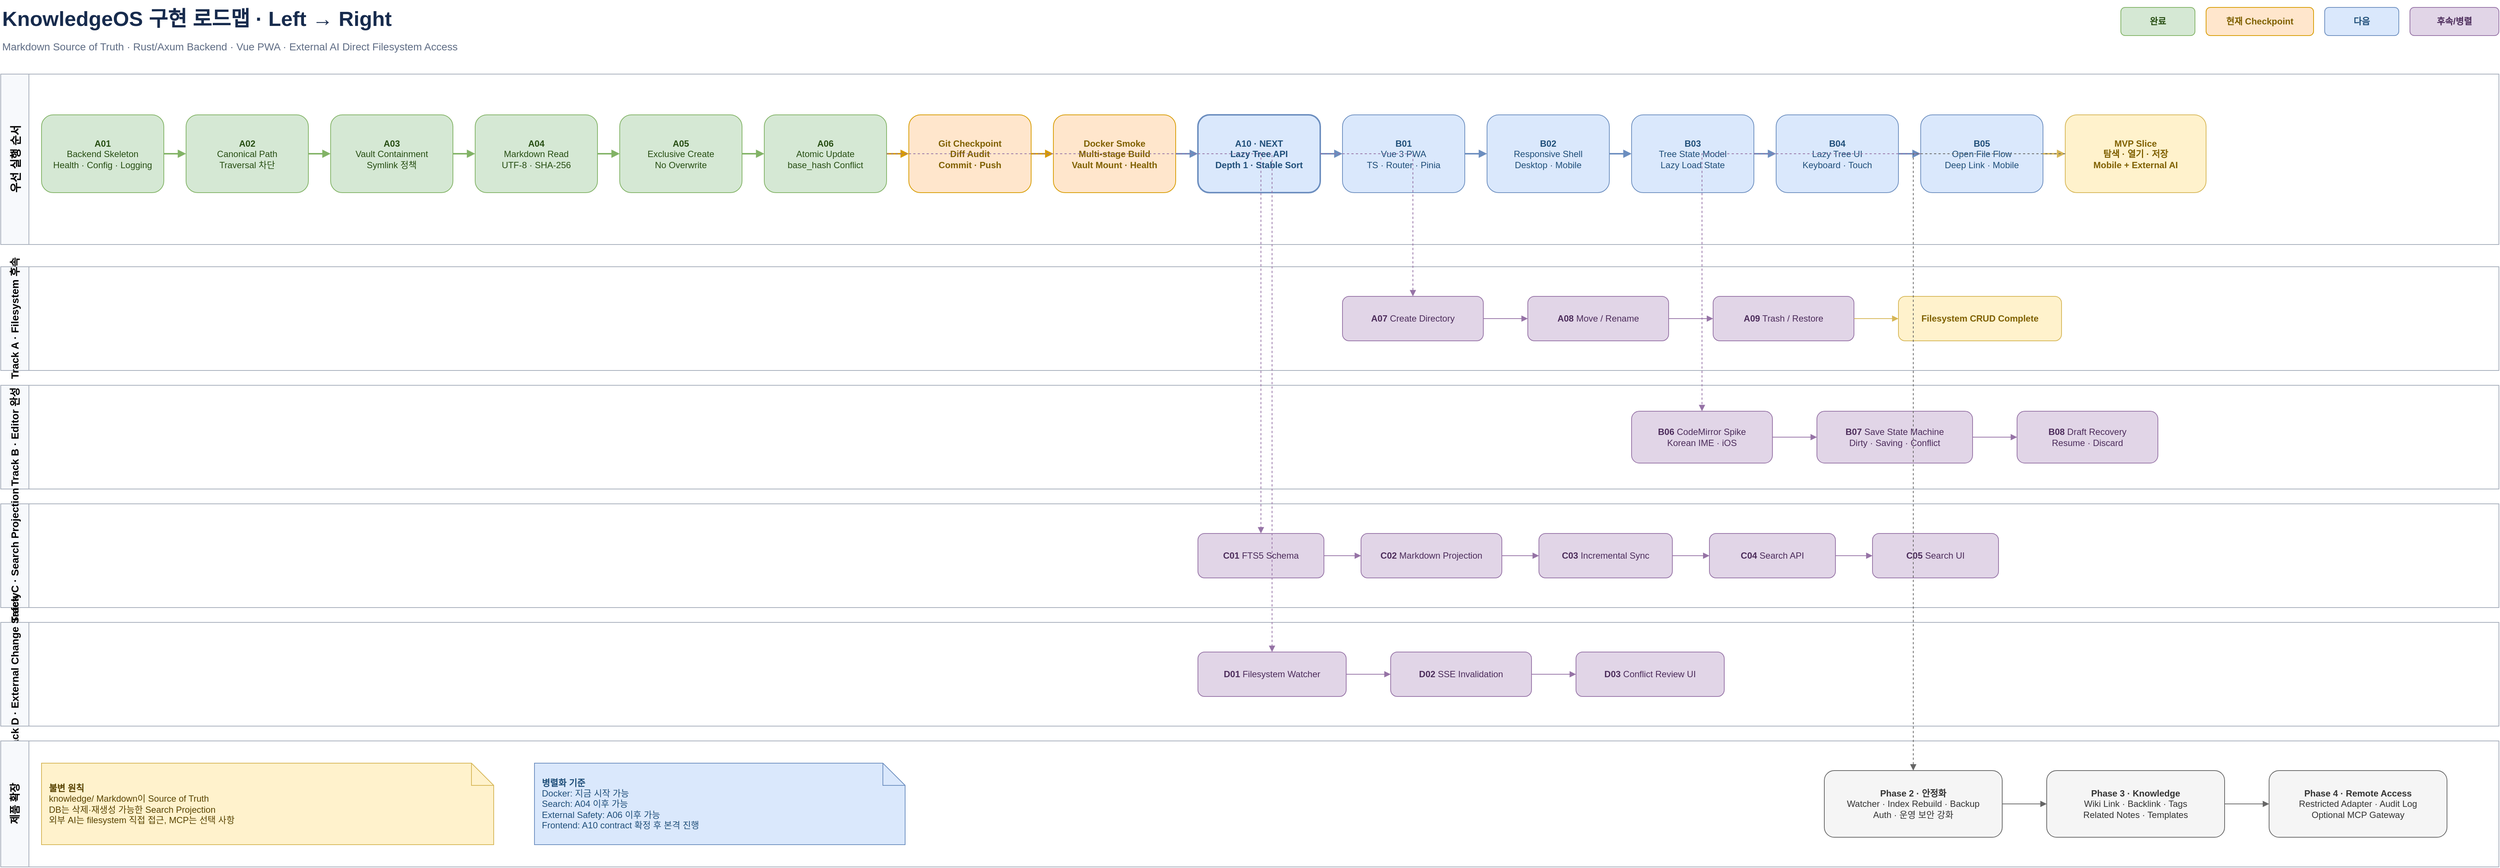
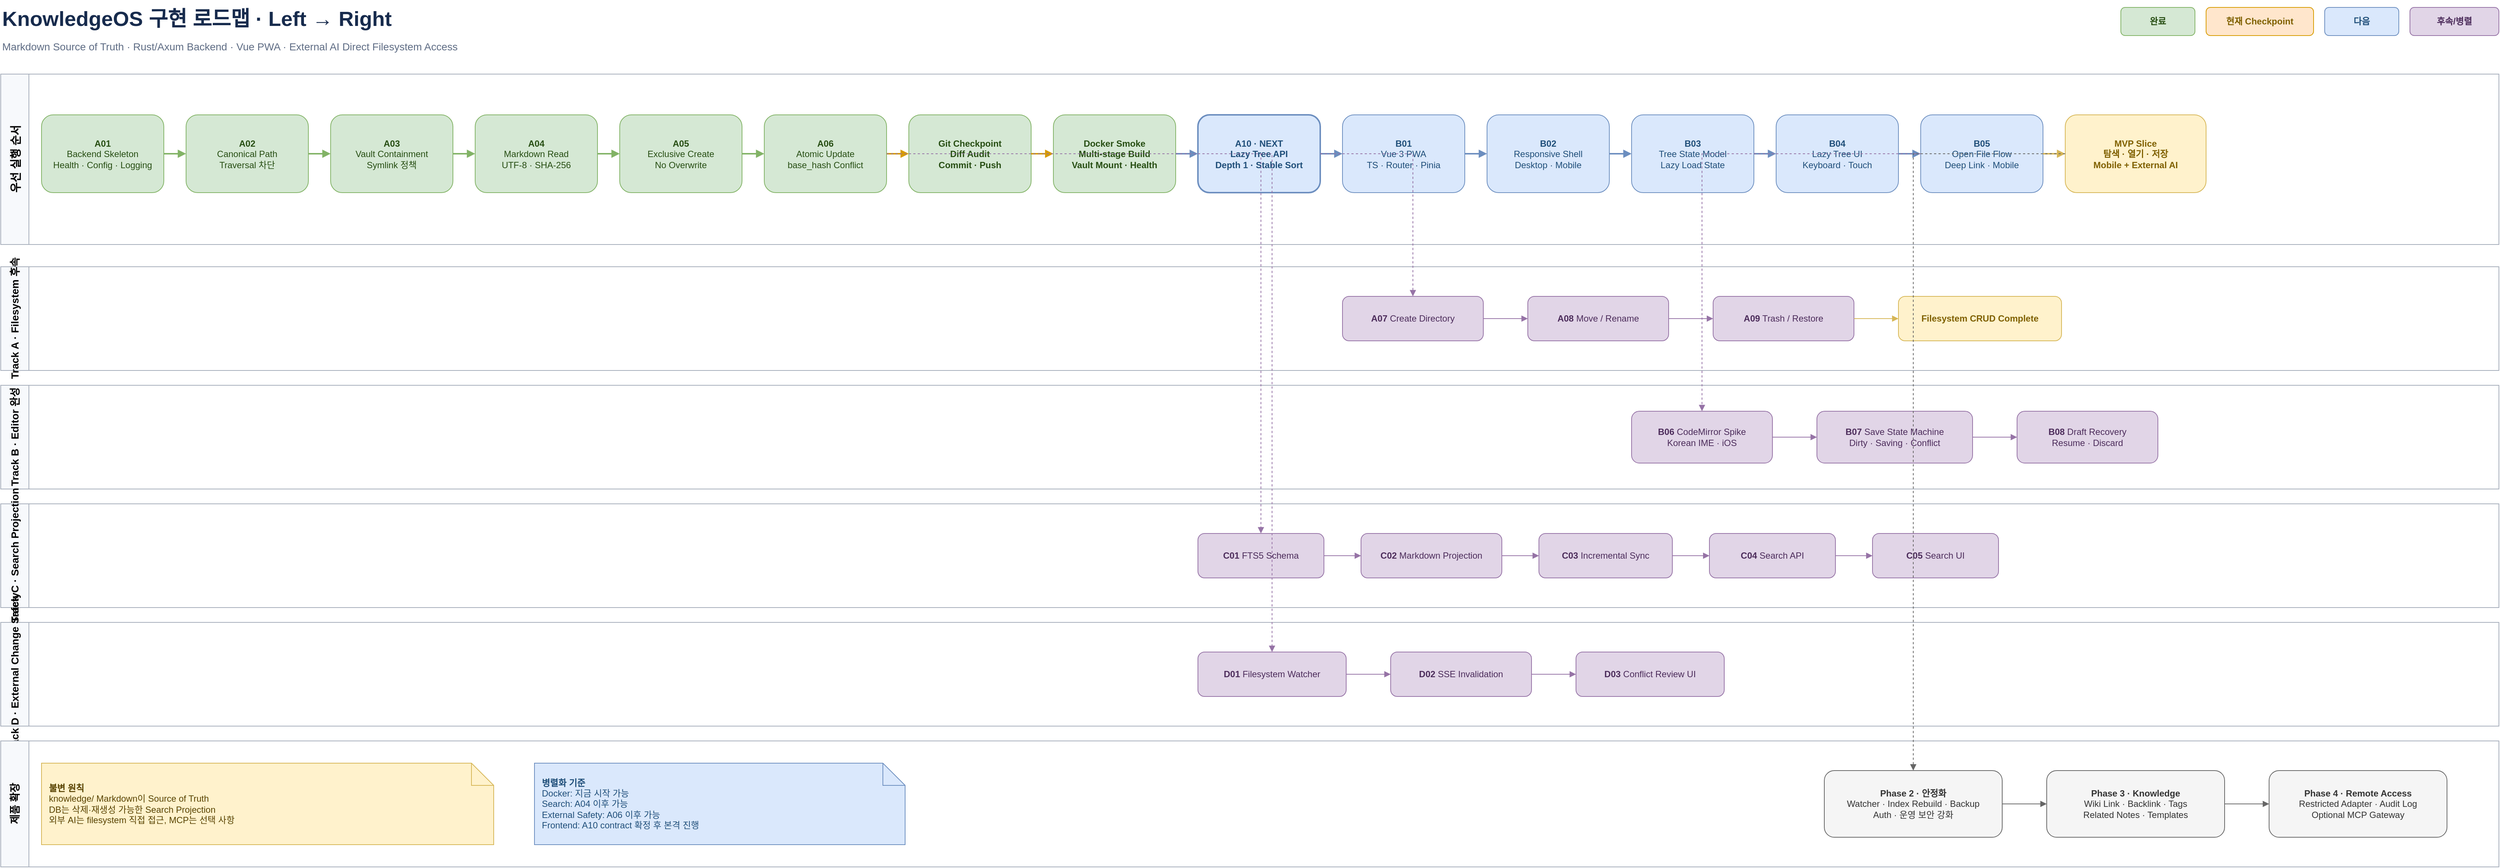
<mxfile host="app.diagrams.net" modified="2026-07-19T00:00:00.000Z" agent="KnowledgeOS" version="26.0.9" type="device">
  <diagram id="knowledgeos-roadmap" name="KnowledgeOS Roadmap">
    <mxGraphModel dx="1600" dy="900" grid="1" gridSize="10" guides="1" tooltips="1" connect="1" arrows="1" fold="1" page="1" pageScale="1" pageWidth="4000" pageHeight="1400" math="0" shadow="0">
      <root>
        <mxCell id="0"/>
        <mxCell id="1" parent="0"/>

        <mxCell id="title" value="KnowledgeOS 구현 로드맵 · Left → Right" style="text;html=1;align=left;verticalAlign=middle;fontSize=28;fontStyle=1;fontColor=#172B4D;" vertex="1" parent="1">
          <mxGeometry x="40" y="20" width="760" height="50" as="geometry"/>
        </mxCell>
        <mxCell id="subtitle" value="Markdown Source of Truth · Rust/Axum Backend · Vue PWA · External AI Direct Filesystem Access" style="text;html=1;align=left;verticalAlign=middle;fontSize=14;fontColor=#5E6C84;" vertex="1" parent="1">
          <mxGeometry x="40" y="68" width="1100" height="30" as="geometry"/>
        </mxCell>

        <mxCell id="legend_done" value="완료" style="rounded=1;whiteSpace=wrap;html=1;fillColor=#D5E8D4;strokeColor=#82B366;fontColor=#274E13;fontStyle=1;" vertex="1" parent="1">
          <mxGeometry x="2900" y="30" width="100" height="38" as="geometry"/>
        </mxCell>
        <mxCell id="legend_now" value="현재 Checkpoint" style="rounded=1;whiteSpace=wrap;html=1;fillColor=#FFE6CC;strokeColor=#D79B00;fontColor=#7F6000;fontStyle=1;" vertex="1" parent="1">
          <mxGeometry x="3015" y="30" width="145" height="38" as="geometry"/>
        </mxCell>
        <mxCell id="legend_next" value="다음" style="rounded=1;whiteSpace=wrap;html=1;fillColor=#DAE8FC;strokeColor=#6C8EBF;fontColor=#1F4E79;fontStyle=1;" vertex="1" parent="1">
          <mxGeometry x="3175" y="30" width="100" height="38" as="geometry"/>
        </mxCell>
        <mxCell id="legend_later" value="후속/병렬" style="rounded=1;whiteSpace=wrap;html=1;fillColor=#E1D5E7;strokeColor=#9673A6;fontColor=#4C2C5B;fontStyle=1;" vertex="1" parent="1">
          <mxGeometry x="3290" y="30" width="120" height="38" as="geometry"/>
        </mxCell>

        <mxCell id="lane_main" value="우선 실행 순서" style="swimlane;html=1;horizontal=0;startSize=38;fillColor=#F7F9FC;swimlaneFillColor=#FFFFFF;strokeColor=#A5ADBA;fontStyle=1;fontSize=15;" vertex="1" parent="1">
          <mxGeometry x="40" y="120" width="3370" height="230" as="geometry"/>
        </mxCell>
        <mxCell id="lane_fs" value="Track A · Filesystem 후속" style="swimlane;html=1;horizontal=0;startSize=38;fillColor=#F7F9FC;swimlaneFillColor=#FFFFFF;strokeColor=#A5ADBA;fontStyle=1;fontSize=14;" vertex="1" parent="1">
          <mxGeometry x="40" y="380" width="3370" height="140" as="geometry"/>
        </mxCell>
        <mxCell id="lane_editor" value="Track B · Editor 완성" style="swimlane;html=1;horizontal=0;startSize=38;fillColor=#F7F9FC;swimlaneFillColor=#FFFFFF;strokeColor=#A5ADBA;fontStyle=1;fontSize=14;" vertex="1" parent="1">
          <mxGeometry x="40" y="540" width="3370" height="140" as="geometry"/>
        </mxCell>
        <mxCell id="lane_search" value="Track C · Search Projection" style="swimlane;html=1;horizontal=0;startSize=38;fillColor=#F7F9FC;swimlaneFillColor=#FFFFFF;strokeColor=#A5ADBA;fontStyle=1;fontSize=14;" vertex="1" parent="1">
          <mxGeometry x="40" y="700" width="3370" height="140" as="geometry"/>
        </mxCell>
        <mxCell id="lane_external" value="Track D · External Change Safety" style="swimlane;html=1;horizontal=0;startSize=38;fillColor=#F7F9FC;swimlaneFillColor=#FFFFFF;strokeColor=#A5ADBA;fontStyle=1;fontSize=14;" vertex="1" parent="1">
          <mxGeometry x="40" y="860" width="3370" height="140" as="geometry"/>
        </mxCell>
        <mxCell id="lane_future" value="제품 확장" style="swimlane;html=1;horizontal=0;startSize=38;fillColor=#F7F9FC;swimlaneFillColor=#FFFFFF;strokeColor=#A5ADBA;fontStyle=1;fontSize=14;" vertex="1" parent="1">
          <mxGeometry x="40" y="1020" width="3370" height="170" as="geometry"/>
        </mxCell>

        <mxCell id="a01" value="&lt;b&gt;A01&lt;/b&gt;&#xa;Backend Skeleton&#xa;Health · Config · Logging" style="rounded=1;whiteSpace=wrap;html=1;fillColor=#D5E8D4;strokeColor=#82B366;fontColor=#274E13;" vertex="1" parent="1"><mxGeometry x="95" y="175" width="165" height="105" as="geometry"/></mxCell>
        <mxCell id="a02" value="&lt;b&gt;A02&lt;/b&gt;&#xa;Canonical Path&#xa;Traversal 차단" style="rounded=1;whiteSpace=wrap;html=1;fillColor=#D5E8D4;strokeColor=#82B366;fontColor=#274E13;" vertex="1" parent="1"><mxGeometry x="290" y="175" width="165" height="105" as="geometry"/></mxCell>
        <mxCell id="a03" value="&lt;b&gt;A03&lt;/b&gt;&#xa;Vault Containment&#xa;Symlink 정책" style="rounded=1;whiteSpace=wrap;html=1;fillColor=#D5E8D4;strokeColor=#82B366;fontColor=#274E13;" vertex="1" parent="1"><mxGeometry x="485" y="175" width="165" height="105" as="geometry"/></mxCell>
        <mxCell id="a04" value="&lt;b&gt;A04&lt;/b&gt;&#xa;Markdown Read&#xa;UTF-8 · SHA-256" style="rounded=1;whiteSpace=wrap;html=1;fillColor=#D5E8D4;strokeColor=#82B366;fontColor=#274E13;" vertex="1" parent="1"><mxGeometry x="680" y="175" width="165" height="105" as="geometry"/></mxCell>
        <mxCell id="a05" value="&lt;b&gt;A05&lt;/b&gt;&#xa;Exclusive Create&#xa;No Overwrite" style="rounded=1;whiteSpace=wrap;html=1;fillColor=#D5E8D4;strokeColor=#82B366;fontColor=#274E13;" vertex="1" parent="1"><mxGeometry x="875" y="175" width="165" height="105" as="geometry"/></mxCell>
        <mxCell id="a06" value="&lt;b&gt;A06&lt;/b&gt;&#xa;Atomic Update&#xa;base_hash Conflict" style="rounded=1;whiteSpace=wrap;html=1;fillColor=#D5E8D4;strokeColor=#82B366;fontColor=#274E13;" vertex="1" parent="1"><mxGeometry x="1070" y="175" width="165" height="105" as="geometry"/></mxCell>
-         <mxCell id="git_checkpoint" value="&lt;b&gt;Git Checkpoint&lt;/b&gt;&#xa;Diff Audit&#xa;Commit · Push" style="rounded=1;whiteSpace=wrap;html=1;fillColor=#FFE6CC;strokeColor=#D79B00;fontColor=#7F6000;fontStyle=1;" vertex="1" parent="1"><mxGeometry x="1265" y="175" width="165" height="105" as="geometry"/></mxCell>
-         <mxCell id="docker" value="&lt;b&gt;Docker Smoke&lt;/b&gt;&#xa;Multi-stage Build&#xa;Vault Mount · Health" style="rounded=1;whiteSpace=wrap;html=1;fillColor=#FFE6CC;strokeColor=#D79B00;fontColor=#7F6000;fontStyle=1;" vertex="1" parent="1"><mxGeometry x="1460" y="175" width="165" height="105" as="geometry"/></mxCell>
+         <mxCell id="git_checkpoint" value="&lt;b&gt;Git Checkpoint&lt;/b&gt;&#xa;Diff Audit&#xa;Commit · Push" style="rounded=1;whiteSpace=wrap;html=1;fillColor=#D5E8D4;strokeColor=#82B366;fontColor=#274E13;fontStyle=1;" vertex="1" parent="1"><mxGeometry x="1265" y="175" width="165" height="105" as="geometry"/></mxCell>
+         <mxCell id="docker" value="&lt;b&gt;Docker Smoke&lt;/b&gt;&#xa;Multi-stage Build&#xa;Vault Mount · Health" style="rounded=1;whiteSpace=wrap;html=1;fillColor=#D5E8D4;strokeColor=#82B366;fontColor=#274E13;fontStyle=1;" vertex="1" parent="1"><mxGeometry x="1460" y="175" width="165" height="105" as="geometry"/></mxCell>
        <mxCell id="a10" value="&lt;b&gt;A10 · NEXT&lt;/b&gt;&#xa;Lazy Tree API&#xa;Depth 1 · Stable Sort" style="rounded=1;whiteSpace=wrap;html=1;fillColor=#DAE8FC;strokeColor=#6C8EBF;fontColor=#1F4E79;fontStyle=1;strokeWidth=2;" vertex="1" parent="1"><mxGeometry x="1655" y="175" width="165" height="105" as="geometry"/></mxCell>
        <mxCell id="b01" value="&lt;b&gt;B01&lt;/b&gt;&#xa;Vue 3 PWA&#xa;TS · Router · Pinia" style="rounded=1;whiteSpace=wrap;html=1;fillColor=#DAE8FC;strokeColor=#6C8EBF;fontColor=#1F4E79;" vertex="1" parent="1"><mxGeometry x="1850" y="175" width="165" height="105" as="geometry"/></mxCell>
        <mxCell id="b02" value="&lt;b&gt;B02&lt;/b&gt;&#xa;Responsive Shell&#xa;Desktop · Mobile" style="rounded=1;whiteSpace=wrap;html=1;fillColor=#DAE8FC;strokeColor=#6C8EBF;fontColor=#1F4E79;" vertex="1" parent="1"><mxGeometry x="2045" y="175" width="165" height="105" as="geometry"/></mxCell>
        <mxCell id="b03" value="&lt;b&gt;B03&lt;/b&gt;&#xa;Tree State Model&#xa;Lazy Load State" style="rounded=1;whiteSpace=wrap;html=1;fillColor=#DAE8FC;strokeColor=#6C8EBF;fontColor=#1F4E79;" vertex="1" parent="1"><mxGeometry x="2240" y="175" width="165" height="105" as="geometry"/></mxCell>
        <mxCell id="b04" value="&lt;b&gt;B04&lt;/b&gt;&#xa;Lazy Tree UI&#xa;Keyboard · Touch" style="rounded=1;whiteSpace=wrap;html=1;fillColor=#DAE8FC;strokeColor=#6C8EBF;fontColor=#1F4E79;" vertex="1" parent="1"><mxGeometry x="2435" y="175" width="165" height="105" as="geometry"/></mxCell>
        <mxCell id="b05" value="&lt;b&gt;B05&lt;/b&gt;&#xa;Open File Flow&#xa;Deep Link · Mobile" style="rounded=1;whiteSpace=wrap;html=1;fillColor=#DAE8FC;strokeColor=#6C8EBF;fontColor=#1F4E79;" vertex="1" parent="1"><mxGeometry x="2630" y="175" width="165" height="105" as="geometry"/></mxCell>
        <mxCell id="mvp_slice" value="&lt;b&gt;MVP Slice&lt;/b&gt;&#xa;탐색 · 열기 · 저장&#xa;Mobile + External AI" style="rounded=1;whiteSpace=wrap;html=1;fillColor=#FFF2CC;strokeColor=#D6B656;fontColor=#7F6000;fontStyle=1;" vertex="1" parent="1"><mxGeometry x="2825" y="175" width="190" height="105" as="geometry"/></mxCell>

        <mxCell id="a07" value="&lt;b&gt;A07&lt;/b&gt; Create Directory" style="rounded=1;whiteSpace=wrap;html=1;fillColor=#E1D5E7;strokeColor=#9673A6;fontColor=#4C2C5B;" vertex="1" parent="1"><mxGeometry x="1850" y="420" width="190" height="60" as="geometry"/></mxCell>
        <mxCell id="a08" value="&lt;b&gt;A08&lt;/b&gt; Move / Rename" style="rounded=1;whiteSpace=wrap;html=1;fillColor=#E1D5E7;strokeColor=#9673A6;fontColor=#4C2C5B;" vertex="1" parent="1"><mxGeometry x="2100" y="420" width="190" height="60" as="geometry"/></mxCell>
        <mxCell id="a09" value="&lt;b&gt;A09&lt;/b&gt; Trash / Restore" style="rounded=1;whiteSpace=wrap;html=1;fillColor=#E1D5E7;strokeColor=#9673A6;fontColor=#4C2C5B;" vertex="1" parent="1"><mxGeometry x="2350" y="420" width="190" height="60" as="geometry"/></mxCell>
        <mxCell id="fs_complete" value="Filesystem CRUD Complete" style="rounded=1;whiteSpace=wrap;html=1;fillColor=#FFF2CC;strokeColor=#D6B656;fontColor=#7F6000;fontStyle=1;" vertex="1" parent="1"><mxGeometry x="2600" y="420" width="220" height="60" as="geometry"/></mxCell>

        <mxCell id="b06" value="&lt;b&gt;B06&lt;/b&gt; CodeMirror Spike&#xa;Korean IME · iOS" style="rounded=1;whiteSpace=wrap;html=1;fillColor=#E1D5E7;strokeColor=#9673A6;fontColor=#4C2C5B;" vertex="1" parent="1"><mxGeometry x="2240" y="575" width="190" height="70" as="geometry"/></mxCell>
        <mxCell id="b07" value="&lt;b&gt;B07&lt;/b&gt; Save State Machine&#xa;Dirty · Saving · Conflict" style="rounded=1;whiteSpace=wrap;html=1;fillColor=#E1D5E7;strokeColor=#9673A6;fontColor=#4C2C5B;" vertex="1" parent="1"><mxGeometry x="2490" y="575" width="210" height="70" as="geometry"/></mxCell>
        <mxCell id="b08" value="&lt;b&gt;B08&lt;/b&gt; Draft Recovery&#xa;Resume · Discard" style="rounded=1;whiteSpace=wrap;html=1;fillColor=#E1D5E7;strokeColor=#9673A6;fontColor=#4C2C5B;" vertex="1" parent="1"><mxGeometry x="2760" y="575" width="190" height="70" as="geometry"/></mxCell>

        <mxCell id="c01" value="&lt;b&gt;C01&lt;/b&gt; FTS5 Schema" style="rounded=1;whiteSpace=wrap;html=1;fillColor=#E1D5E7;strokeColor=#9673A6;fontColor=#4C2C5B;" vertex="1" parent="1"><mxGeometry x="1655" y="740" width="170" height="60" as="geometry"/></mxCell>
        <mxCell id="c02" value="&lt;b&gt;C02&lt;/b&gt; Markdown Projection" style="rounded=1;whiteSpace=wrap;html=1;fillColor=#E1D5E7;strokeColor=#9673A6;fontColor=#4C2C5B;" vertex="1" parent="1"><mxGeometry x="1875" y="740" width="190" height="60" as="geometry"/></mxCell>
        <mxCell id="c03" value="&lt;b&gt;C03&lt;/b&gt; Incremental Sync" style="rounded=1;whiteSpace=wrap;html=1;fillColor=#E1D5E7;strokeColor=#9673A6;fontColor=#4C2C5B;" vertex="1" parent="1"><mxGeometry x="2115" y="740" width="180" height="60" as="geometry"/></mxCell>
        <mxCell id="c04" value="&lt;b&gt;C04&lt;/b&gt; Search API" style="rounded=1;whiteSpace=wrap;html=1;fillColor=#E1D5E7;strokeColor=#9673A6;fontColor=#4C2C5B;" vertex="1" parent="1"><mxGeometry x="2345" y="740" width="170" height="60" as="geometry"/></mxCell>
        <mxCell id="c05" value="&lt;b&gt;C05&lt;/b&gt; Search UI" style="rounded=1;whiteSpace=wrap;html=1;fillColor=#E1D5E7;strokeColor=#9673A6;fontColor=#4C2C5B;" vertex="1" parent="1"><mxGeometry x="2565" y="740" width="170" height="60" as="geometry"/></mxCell>

        <mxCell id="d01" value="&lt;b&gt;D01&lt;/b&gt; Filesystem Watcher" style="rounded=1;whiteSpace=wrap;html=1;fillColor=#E1D5E7;strokeColor=#9673A6;fontColor=#4C2C5B;" vertex="1" parent="1"><mxGeometry x="1655" y="900" width="200" height="60" as="geometry"/></mxCell>
        <mxCell id="d02" value="&lt;b&gt;D02&lt;/b&gt; SSE Invalidation" style="rounded=1;whiteSpace=wrap;html=1;fillColor=#E1D5E7;strokeColor=#9673A6;fontColor=#4C2C5B;" vertex="1" parent="1"><mxGeometry x="1915" y="900" width="190" height="60" as="geometry"/></mxCell>
        <mxCell id="d03" value="&lt;b&gt;D03&lt;/b&gt; Conflict Review UI" style="rounded=1;whiteSpace=wrap;html=1;fillColor=#E1D5E7;strokeColor=#9673A6;fontColor=#4C2C5B;" vertex="1" parent="1"><mxGeometry x="2165" y="900" width="200" height="60" as="geometry"/></mxCell>

        <mxCell id="phase2" value="&lt;b&gt;Phase 2 · 안정화&lt;/b&gt;&#xa;Watcher · Index Rebuild · Backup&#xa;Auth · 운영 보안 강화" style="rounded=1;whiteSpace=wrap;html=1;fillColor=#F5F5F5;strokeColor=#666666;fontColor=#333333;" vertex="1" parent="1"><mxGeometry x="2500" y="1060" width="240" height="90" as="geometry"/></mxCell>
        <mxCell id="phase3" value="&lt;b&gt;Phase 3 · Knowledge&lt;/b&gt;&#xa;Wiki Link · Backlink · Tags&#xa;Related Notes · Templates" style="rounded=1;whiteSpace=wrap;html=1;fillColor=#F5F5F5;strokeColor=#666666;fontColor=#333333;" vertex="1" parent="1"><mxGeometry x="2800" y="1060" width="240" height="90" as="geometry"/></mxCell>
        <mxCell id="phase4" value="&lt;b&gt;Phase 4 · Remote Access&lt;/b&gt;&#xa;Restricted Adapter · Audit Log&#xa;Optional MCP Gateway" style="rounded=1;whiteSpace=wrap;html=1;fillColor=#F5F5F5;strokeColor=#666666;fontColor=#333333;" vertex="1" parent="1"><mxGeometry x="3100" y="1060" width="240" height="90" as="geometry"/></mxCell>

        <mxCell id="note_source" value="&lt;b&gt;불변 원칙&lt;/b&gt;&#xa;knowledge/ Markdown이 Source of Truth&#xa;DB는 삭제·재생성 가능한 Search Projection&#xa;외부 AI는 filesystem 직접 접근, MCP는 선택 사항" style="shape=note;whiteSpace=wrap;html=1;fillColor=#FFF2CC;strokeColor=#D6B656;fontColor=#594300;align=left;spacing=10;" vertex="1" parent="1"><mxGeometry x="95" y="1050" width="610" height="110" as="geometry"/></mxCell>
        <mxCell id="note_parallel" value="&lt;b&gt;병렬화 기준&lt;/b&gt;&#xa;Docker: 지금 시작 가능&#xa;Search: A04 이후 가능&#xa;External Safety: A06 이후 가능&#xa;Frontend: A10 contract 확정 후 본격 진행" style="shape=note;whiteSpace=wrap;html=1;fillColor=#DAE8FC;strokeColor=#6C8EBF;fontColor=#1F4E79;align=left;spacing=10;" vertex="1" parent="1"><mxGeometry x="760" y="1050" width="500" height="110" as="geometry"/></mxCell>

        <mxCell id="e_a01_a02" style="edgeStyle=orthogonalEdgeStyle;rounded=0;orthogonalLoop=1;jettySize=auto;html=1;endArrow=block;strokeColor=#82B366;strokeWidth=2;" edge="1" parent="1" source="a01" target="a02"><mxGeometry relative="1" as="geometry"/></mxCell>
        <mxCell id="e_a02_a03" style="edgeStyle=orthogonalEdgeStyle;rounded=0;orthogonalLoop=1;jettySize=auto;html=1;endArrow=block;strokeColor=#82B366;strokeWidth=2;" edge="1" parent="1" source="a02" target="a03"><mxGeometry relative="1" as="geometry"/></mxCell>
        <mxCell id="e_a03_a04" style="edgeStyle=orthogonalEdgeStyle;rounded=0;orthogonalLoop=1;jettySize=auto;html=1;endArrow=block;strokeColor=#82B366;strokeWidth=2;" edge="1" parent="1" source="a03" target="a04"><mxGeometry relative="1" as="geometry"/></mxCell>
        <mxCell id="e_a04_a05" style="edgeStyle=orthogonalEdgeStyle;rounded=0;orthogonalLoop=1;jettySize=auto;html=1;endArrow=block;strokeColor=#82B366;strokeWidth=2;" edge="1" parent="1" source="a04" target="a05"><mxGeometry relative="1" as="geometry"/></mxCell>
        <mxCell id="e_a05_a06" style="edgeStyle=orthogonalEdgeStyle;rounded=0;orthogonalLoop=1;jettySize=auto;html=1;endArrow=block;strokeColor=#82B366;strokeWidth=2;" edge="1" parent="1" source="a05" target="a06"><mxGeometry relative="1" as="geometry"/></mxCell>
        <mxCell id="e_a06_git" style="edgeStyle=orthogonalEdgeStyle;rounded=0;orthogonalLoop=1;jettySize=auto;html=1;endArrow=block;strokeColor=#D79B00;strokeWidth=2;" edge="1" parent="1" source="a06" target="git_checkpoint"><mxGeometry relative="1" as="geometry"/></mxCell>
        <mxCell id="e_git_docker" style="edgeStyle=orthogonalEdgeStyle;rounded=0;orthogonalLoop=1;jettySize=auto;html=1;endArrow=block;strokeColor=#D79B00;strokeWidth=2;" edge="1" parent="1" source="git_checkpoint" target="docker"><mxGeometry relative="1" as="geometry"/></mxCell>
        <mxCell id="e_docker_a10" style="edgeStyle=orthogonalEdgeStyle;rounded=0;orthogonalLoop=1;jettySize=auto;html=1;endArrow=block;strokeColor=#6C8EBF;strokeWidth=2;" edge="1" parent="1" source="docker" target="a10"><mxGeometry relative="1" as="geometry"/></mxCell>
        <mxCell id="e_a10_b01" style="edgeStyle=orthogonalEdgeStyle;rounded=0;orthogonalLoop=1;jettySize=auto;html=1;endArrow=block;strokeColor=#6C8EBF;strokeWidth=2;" edge="1" parent="1" source="a10" target="b01"><mxGeometry relative="1" as="geometry"/></mxCell>
        <mxCell id="e_b01_b02" style="edgeStyle=orthogonalEdgeStyle;rounded=0;orthogonalLoop=1;jettySize=auto;html=1;endArrow=block;strokeColor=#6C8EBF;strokeWidth=2;" edge="1" parent="1" source="b01" target="b02"><mxGeometry relative="1" as="geometry"/></mxCell>
        <mxCell id="e_b02_b03" style="edgeStyle=orthogonalEdgeStyle;rounded=0;orthogonalLoop=1;jettySize=auto;html=1;endArrow=block;strokeColor=#6C8EBF;strokeWidth=2;" edge="1" parent="1" source="b02" target="b03"><mxGeometry relative="1" as="geometry"/></mxCell>
        <mxCell id="e_b03_b04" style="edgeStyle=orthogonalEdgeStyle;rounded=0;orthogonalLoop=1;jettySize=auto;html=1;endArrow=block;strokeColor=#6C8EBF;strokeWidth=2;" edge="1" parent="1" source="b03" target="b04"><mxGeometry relative="1" as="geometry"/></mxCell>
        <mxCell id="e_b04_b05" style="edgeStyle=orthogonalEdgeStyle;rounded=0;orthogonalLoop=1;jettySize=auto;html=1;endArrow=block;strokeColor=#6C8EBF;strokeWidth=2;" edge="1" parent="1" source="b04" target="b05"><mxGeometry relative="1" as="geometry"/></mxCell>
        <mxCell id="e_b05_mvp" style="edgeStyle=orthogonalEdgeStyle;rounded=0;orthogonalLoop=1;jettySize=auto;html=1;endArrow=block;strokeColor=#D6B656;strokeWidth=2;" edge="1" parent="1" source="b05" target="mvp_slice"><mxGeometry relative="1" as="geometry"/></mxCell>

        <mxCell id="e_a10_a07" style="edgeStyle=orthogonalEdgeStyle;rounded=0;orthogonalLoop=1;jettySize=auto;html=1;endArrow=block;dashed=1;strokeColor=#9673A6;" edge="1" parent="1" source="a10" target="a07"><mxGeometry relative="1" as="geometry"/></mxCell>
        <mxCell id="e_a07_a08" style="edgeStyle=orthogonalEdgeStyle;rounded=0;html=1;endArrow=block;strokeColor=#9673A6;" edge="1" parent="1" source="a07" target="a08"><mxGeometry relative="1" as="geometry"/></mxCell>
        <mxCell id="e_a08_a09" style="edgeStyle=orthogonalEdgeStyle;rounded=0;html=1;endArrow=block;strokeColor=#9673A6;" edge="1" parent="1" source="a08" target="a09"><mxGeometry relative="1" as="geometry"/></mxCell>
        <mxCell id="e_a09_fs" style="edgeStyle=orthogonalEdgeStyle;rounded=0;html=1;endArrow=block;strokeColor=#D6B656;" edge="1" parent="1" source="a09" target="fs_complete"><mxGeometry relative="1" as="geometry"/></mxCell>

        <mxCell id="e_b05_b06" style="edgeStyle=orthogonalEdgeStyle;rounded=0;html=1;endArrow=block;dashed=1;strokeColor=#9673A6;" edge="1" parent="1" source="b05" target="b06"><mxGeometry relative="1" as="geometry"/></mxCell>
        <mxCell id="e_b06_b07" style="edgeStyle=orthogonalEdgeStyle;rounded=0;html=1;endArrow=block;strokeColor=#9673A6;" edge="1" parent="1" source="b06" target="b07"><mxGeometry relative="1" as="geometry"/></mxCell>
        <mxCell id="e_b07_b08" style="edgeStyle=orthogonalEdgeStyle;rounded=0;html=1;endArrow=block;strokeColor=#9673A6;" edge="1" parent="1" source="b07" target="b08"><mxGeometry relative="1" as="geometry"/></mxCell>

        <mxCell id="e_docker_c01" style="edgeStyle=orthogonalEdgeStyle;rounded=0;html=1;endArrow=block;dashed=1;strokeColor=#9673A6;" edge="1" parent="1" source="docker" target="c01"><mxGeometry relative="1" as="geometry"/></mxCell>
        <mxCell id="e_c01_c02" style="edgeStyle=orthogonalEdgeStyle;rounded=0;html=1;endArrow=block;strokeColor=#9673A6;" edge="1" parent="1" source="c01" target="c02"><mxGeometry relative="1" as="geometry"/></mxCell>
        <mxCell id="e_c02_c03" style="edgeStyle=orthogonalEdgeStyle;rounded=0;html=1;endArrow=block;strokeColor=#9673A6;" edge="1" parent="1" source="c02" target="c03"><mxGeometry relative="1" as="geometry"/></mxCell>
        <mxCell id="e_c03_c04" style="edgeStyle=orthogonalEdgeStyle;rounded=0;html=1;endArrow=block;strokeColor=#9673A6;" edge="1" parent="1" source="c03" target="c04"><mxGeometry relative="1" as="geometry"/></mxCell>
        <mxCell id="e_c04_c05" style="edgeStyle=orthogonalEdgeStyle;rounded=0;html=1;endArrow=block;strokeColor=#9673A6;" edge="1" parent="1" source="c04" target="c05"><mxGeometry relative="1" as="geometry"/></mxCell>

        <mxCell id="e_a06_d01" style="edgeStyle=orthogonalEdgeStyle;rounded=0;html=1;endArrow=block;dashed=1;strokeColor=#9673A6;" edge="1" parent="1" source="a06" target="d01"><mxGeometry relative="1" as="geometry"/></mxCell>
        <mxCell id="e_d01_d02" style="edgeStyle=orthogonalEdgeStyle;rounded=0;html=1;endArrow=block;strokeColor=#9673A6;" edge="1" parent="1" source="d01" target="d02"><mxGeometry relative="1" as="geometry"/></mxCell>
        <mxCell id="e_d02_d03" style="edgeStyle=orthogonalEdgeStyle;rounded=0;html=1;endArrow=block;strokeColor=#9673A6;" edge="1" parent="1" source="d02" target="d03"><mxGeometry relative="1" as="geometry"/></mxCell>

        <mxCell id="e_mvp_phase2" style="edgeStyle=orthogonalEdgeStyle;rounded=0;html=1;endArrow=block;dashed=1;strokeColor=#666666;" edge="1" parent="1" source="mvp_slice" target="phase2"><mxGeometry relative="1" as="geometry"/></mxCell>
        <mxCell id="e_phase2_phase3" style="edgeStyle=orthogonalEdgeStyle;rounded=0;html=1;endArrow=block;strokeColor=#666666;" edge="1" parent="1" source="phase2" target="phase3"><mxGeometry relative="1" as="geometry"/></mxCell>
        <mxCell id="e_phase3_phase4" style="edgeStyle=orthogonalEdgeStyle;rounded=0;html=1;endArrow=block;strokeColor=#666666;" edge="1" parent="1" source="phase3" target="phase4"><mxGeometry relative="1" as="geometry"/></mxCell>
      </root>
    </mxGraphModel>
  </diagram>
</mxfile>
